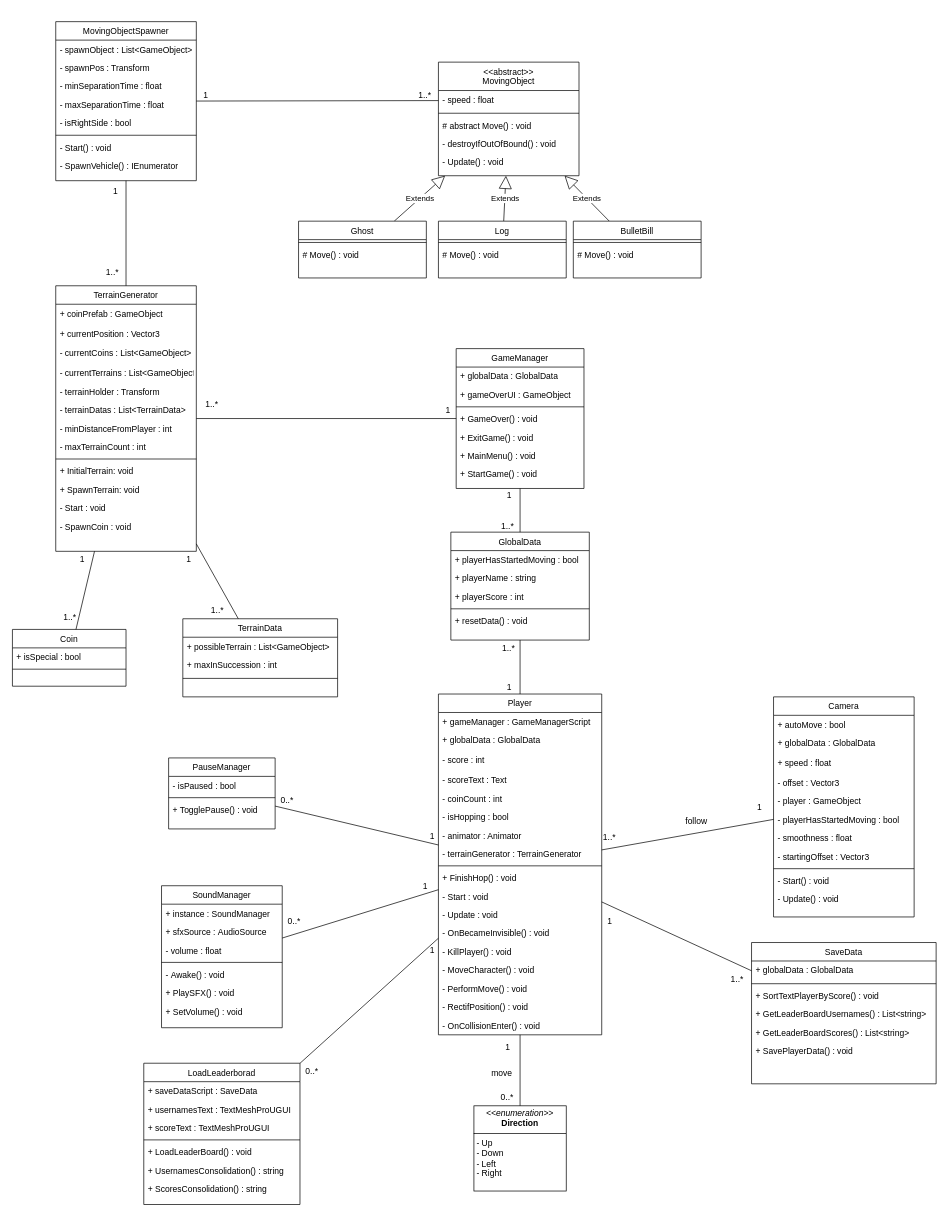
Earlier version of the draw.io diagram DiagramsCrossy/Class_Diagram.drawio (Paco-crossing-the-roads/Crossy_Road_Documentation). Source tidied: cells renumbered, new cells numbered last; positions are measured from the earlier drawing's top-left corner, leaving out a move shared by most shapes. Both pictures are drawn from the tidied source at 71%, with x=0, y=0 at pixel (12, 21).
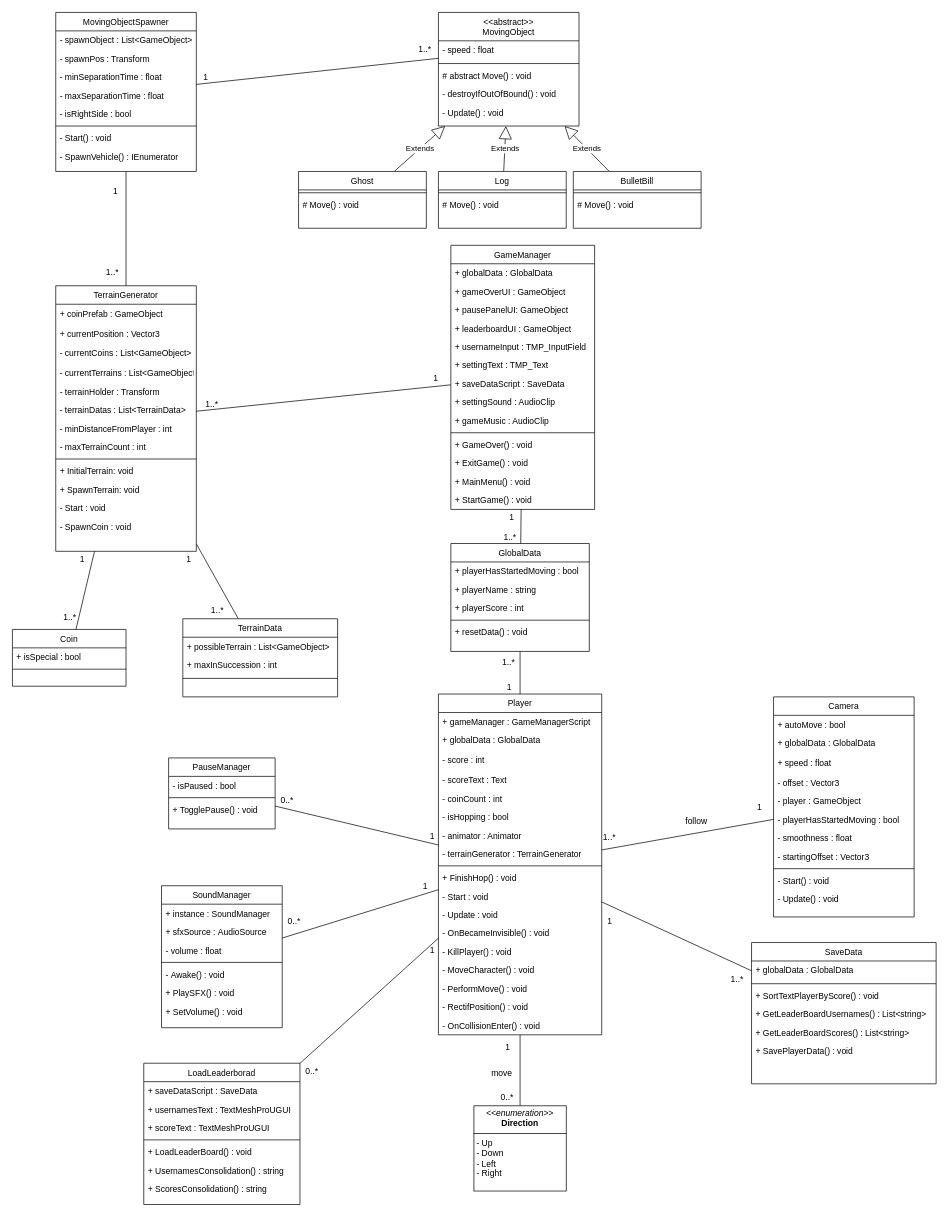
The same diagram, later.

Commit message (it also covers changes not shown here):
fix : update class diagram

The edit, as a diff of the source:
```diff
@@
     <mxCell id="5" value="GameManager" style="swimlane;fontStyle=0;align=center;verticalAlign=top;horizontal=1;startSize=26;rounded=0;shadow=0;strokeWidth=1;" parent="1" vertex="1">
-      <mxGeometry x="625" y="460.5" width="180" height="197" as="geometry" />
+      <mxGeometry x="617.5" y="315" width="202.5" height="372" as="geometry" />
     </mxCell>
     <mxCell id="6" value="+ globalData : GlobalData" style="text;align=left;verticalAlign=top;spacingLeft=4;spacingRight=4;overflow=hidden;" parent="5" vertex="1">
-      <mxGeometry y="26" width="180" height="26" as="geometry" />
+      <mxGeometry y="26" width="202.5" height="26" as="geometry" />
     </mxCell>
     <mxCell id="7" value="+ gameOverUI : GameObject" style="text;align=left;verticalAlign=top;spacingLeft=4;spacingRight=4;overflow=hidden;" parent="5" vertex="1">
-      <mxGeometry y="52" width="180" height="26" as="geometry" />
+      <mxGeometry y="52" width="202.5" height="26" as="geometry" />
     </mxCell>
+    <mxCell id="165" value="+ pausePanelUI: GameObject" style="text;align=left;verticalAlign=top;spacingLeft=4;spacingRight=4;overflow=hidden;" parent="5" vertex="1">
+      <mxGeometry y="78" width="202.5" height="26" as="geometry" />
+    </mxCell>
+    <mxCell id="166" value="+ leaderboardUI : GameObject" style="text;align=left;verticalAlign=top;spacingLeft=4;spacingRight=4;overflow=hidden;" parent="5" vertex="1">
+      <mxGeometry y="104" width="202.5" height="26" as="geometry" />
+    </mxCell>
+    <mxCell id="167" value="+ usernameInput : TMP_InputField" style="text;align=left;verticalAlign=top;spacingLeft=4;spacingRight=4;overflow=hidden;" parent="5" vertex="1">
+      <mxGeometry y="130" width="202.5" height="26" as="geometry" />
+    </mxCell>
+    <mxCell id="168" value="+ settingText : TMP_Text" style="text;align=left;verticalAlign=top;spacingLeft=4;spacingRight=4;overflow=hidden;" parent="5" vertex="1">
+      <mxGeometry y="156" width="202.5" height="26" as="geometry" />
+    </mxCell>
+    <mxCell id="169" value="+ saveDataScript : SaveData" style="text;align=left;verticalAlign=top;spacingLeft=4;spacingRight=4;overflow=hidden;" parent="5" vertex="1">
+      <mxGeometry y="182" width="202.5" height="26" as="geometry" />
+    </mxCell>
+    <mxCell id="170" value="+ settingSound : AudioClip" style="text;align=left;verticalAlign=top;spacingLeft=4;spacingRight=4;overflow=hidden;" parent="5" vertex="1">
+      <mxGeometry y="208" width="202.5" height="26" as="geometry" />
+    </mxCell>
+    <mxCell id="171" value="+ gameMusic : AudioClip" style="text;align=left;verticalAlign=top;spacingLeft=4;spacingRight=4;overflow=hidden;" parent="5" vertex="1">
+      <mxGeometry y="234" width="202.5" height="26" as="geometry" />
+    </mxCell>
     <mxCell id="8" style="line;html=1;strokeWidth=1;align=left;verticalAlign=middle;spacingTop=-1;spacingLeft=3;spacingRight=3;labelPosition=right;" parent="5" vertex="1">
-      <mxGeometry y="78" width="180" height="8" as="geometry" />
+      <mxGeometry y="260" width="202.5" height="8" as="geometry" />
     </mxCell>
     <mxCell id="9" value="+ GameOver() : void" style="text;align=left;verticalAlign=top;spacingLeft=4;spacingRight=4;overflow=hidden;" parent="5" vertex="1">
-      <mxGeometry y="86" width="180" height="26" as="geometry" />
+      <mxGeometry y="268" width="202.5" height="26" as="geometry" />
     </mxCell>
     <mxCell id="10" value="+ ExitGame() : void" style="text;align=left;verticalAlign=top;spacingLeft=4;spacingRight=4;overflow=hidden;" parent="5" vertex="1">
-      <mxGeometry y="112" width="180" height="26" as="geometry" />
+      <mxGeometry y="294" width="202.5" height="26" as="geometry" />
     </mxCell>
     <mxCell id="11" value="+ MainMenu() : void" style="text;align=left;verticalAlign=top;spacingLeft=4;spacingRight=4;overflow=hidden;" parent="5" vertex="1">
-      <mxGeometry y="138" width="180" height="26" as="geometry" />
+      <mxGeometry y="320" width="202.5" height="26" as="geometry" />
     </mxCell>
     <mxCell id="12" value="+ StartGame() : void" style="text;align=left;verticalAlign=top;spacingLeft=4;spacingRight=4;overflow=hidden;" parent="5" vertex="1">
-      <mxGeometry y="164" width="180" height="26" as="geometry" />
+      <mxGeometry y="346" width="202.5" height="26" as="geometry" />
     </mxCell>
     <mxCell id="13" value="GlobalData" style="swimlane;fontStyle=0;align=center;verticalAlign=top;horizontal=1;startSize=26;rounded=0;shadow=0;strokeWidth=1;" parent="1" vertex="1">
-      <mxGeometry x="617.5" y="719" width="195" height="152" as="geometry" />
+      <mxGeometry x="617.5" y="735" width="195" height="152" as="geometry" />
     </mxCell>
@@
     <mxCell id="51" value="&lt;&lt;abstract&gt;&gt;&#10;MovingObject" style="swimlane;fontStyle=0;align=center;verticalAlign=top;horizontal=1;startSize=40;rounded=0;shadow=0;strokeWidth=1;" parent="1" vertex="1">
-      <mxGeometry x="600" y="57" width="198" height="160" as="geometry" />
+      <mxGeometry x="600" y="-13" width="198" height="160" as="geometry" />
     </mxCell>
@@
     <mxCell id="61" value="MovingObjectSpawner" style="swimlane;fontStyle=0;align=center;verticalAlign=top;horizontal=1;startSize=26;rounded=0;shadow=0;strokeWidth=1;" parent="1" vertex="1">
-      <mxGeometry x="61" width="198" height="224" as="geometry" />
+      <mxGeometry x="61" y="-13" width="198" height="224" as="geometry" />
     </mxCell>
@@
     <mxCell id="90" value="Ghost" style="swimlane;fontStyle=0;align=center;verticalAlign=top;horizontal=1;startSize=26;rounded=0;shadow=0;strokeWidth=1;" parent="1" vertex="1">
-      <mxGeometry x="403" y="281" width="180" height="80" as="geometry" />
+      <mxGeometry x="403" y="211" width="180" height="80" as="geometry" />
     </mxCell>
@@
     <mxCell id="93" value="Log" style="swimlane;fontStyle=0;align=center;verticalAlign=top;horizontal=1;startSize=26;rounded=0;shadow=0;strokeWidth=1;" parent="1" vertex="1">
-      <mxGeometry x="600" y="281" width="180" height="80" as="geometry" />
+      <mxGeometry x="600" y="211" width="180" height="80" as="geometry" />
     </mxCell>
@@
     <mxCell id="96" value="BulletBill" style="swimlane;fontStyle=0;align=center;verticalAlign=top;horizontal=1;startSize=26;rounded=0;shadow=0;strokeWidth=1;" parent="1" vertex="1">
-      <mxGeometry x="790" y="281" width="180" height="80" as="geometry" />
+      <mxGeometry x="790" y="211" width="180" height="80" as="geometry" />
     </mxCell>
@@
     <mxCell id="111" value="1..*" style="align=left;verticalAlign=bottom;labelBackgroundColor=none;fontSize=12;" parent="1" vertex="1">
-      <mxGeometry x="570" y="112" as="geometry" />
+      <mxGeometry x="570" y="47" as="geometry" />
     </mxCell>
@@
     <mxCell id="113" value="1" style="align=right;verticalAlign=bottom;labelBackgroundColor=none;fontSize=12;" parent="1" vertex="1">
-      <mxGeometry x="600" y="547" as="geometry">
+      <mxGeometry x="583" y="501" as="geometry">
         <mxPoint x="18" y="9" as="offset" />
       </mxGeometry>
     </mxCell>
@@
     <mxCell id="119" value="1" style="align=right;verticalAlign=bottom;labelBackgroundColor=none;fontSize=12;" parent="1" vertex="1">
-      <mxGeometry x="686.5" y="667" as="geometry">
+      <mxGeometry x="690" y="697" as="geometry">
         <mxPoint x="18" y="9" as="offset" />
       </mxGeometry>
     </mxCell>
     <mxCell id="120" value="1..*" style="align=left;verticalAlign=bottom;labelBackgroundColor=none;fontSize=12;" parent="1" vertex="1">
-      <mxGeometry x="686.5" y="719" as="geometry" />
+      <mxGeometry x="690" y="735" as="geometry" />
     </mxCell>
@@
     <mxCell id="123" value="1..*" style="align=right;verticalAlign=bottom;labelBackgroundColor=none;fontSize=12;" parent="1" vertex="1">
-      <mxGeometry x="680" y="887" as="geometry">
+      <mxGeometry x="680" y="907" as="geometry">
         <mxPoint x="29" y="4" as="offset" />
       </mxGeometry>
     </mxCell>
@@
     <mxCell id="158" value="1" style="align=right;verticalAlign=bottom;labelBackgroundColor=none;fontSize=12;" parent="1" vertex="1">
-      <mxGeometry x="80" y="112" width="198" as="geometry" />
+      <mxGeometry x="80" y="87" width="198" as="geometry" />
     </mxCell>
```
